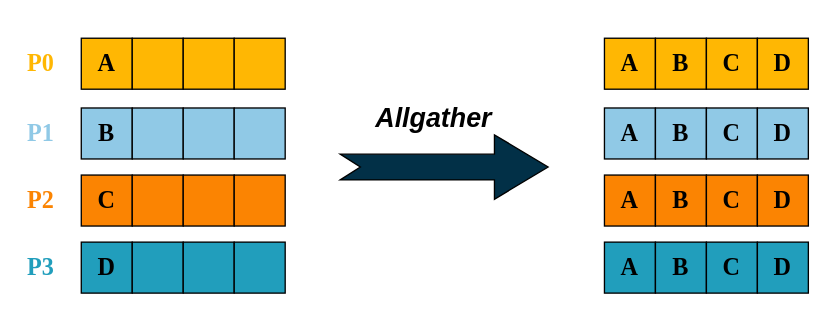
This is img/ch-mpi/allgather.svg from godaai/scale-py-zh, a draw.io export, as it was before one commit. Source tidied: cells renumbered, new cells last; positions are measured from the earlier drawing's top-left corner, leaving out a move shared by most shapes. Its diagram source:
```xml
<mxGraphModel>
  <root>
    <mxCell id="0" />
    <mxCell id="1" parent="0" />
    <mxCell id="2" style="rounded=0;whiteSpace=wrap;html=1;strokeColor=none;fillColor=none;" parent="1" vertex="1">
      <mxGeometry x="4" width="622" height="246" as="geometry" />
    </mxCell>
    <mxCell id="3" value="&lt;font color=&quot;#ffb703&quot; style=&quot;font-size: 18px;&quot; face=&quot;Times New Roman&quot;&gt;&lt;b&gt;P0&lt;/b&gt;&lt;/font&gt;" style="text;html=1;strokeColor=none;fillColor=none;align=center;verticalAlign=middle;whiteSpace=wrap;rounded=0;" parent="1" vertex="1">
      <mxGeometry y="32" width="60" height="30" as="geometry" />
    </mxCell>
    <mxCell id="4" value="&lt;font color=&quot;#90c9e6&quot; style=&quot;font-size: 18px;&quot; face=&quot;Times New Roman&quot;&gt;&lt;b&gt;P1&lt;/b&gt;&lt;/font&gt;" style="text;html=1;strokeColor=none;fillColor=none;align=center;verticalAlign=middle;whiteSpace=wrap;rounded=0;" parent="1" vertex="1">
      <mxGeometry y="84" width="60" height="30" as="geometry" />
    </mxCell>
    <mxCell id="5" value="&lt;font color=&quot;#fb8402&quot; style=&quot;font-size: 18px;&quot; face=&quot;Times New Roman&quot;&gt;&lt;b&gt;P2&lt;/b&gt;&lt;/font&gt;" style="text;html=1;strokeColor=none;fillColor=none;align=center;verticalAlign=middle;whiteSpace=wrap;rounded=0;" parent="1" vertex="1">
      <mxGeometry y="134" width="60" height="30" as="geometry" />
    </mxCell>
    <mxCell id="6" value="&lt;font color=&quot;#219ebc&quot; style=&quot;font-size: 18px;&quot; face=&quot;Times New Roman&quot;&gt;&lt;b&gt;P3&lt;/b&gt;&lt;/font&gt;" style="text;html=1;strokeColor=none;fillColor=none;align=center;verticalAlign=middle;whiteSpace=wrap;rounded=0;" parent="1" vertex="1">
      <mxGeometry y="184" width="60" height="30" as="geometry" />
    </mxCell>
    <mxCell id="7" style="html=1;shadow=0;dashed=0;align=center;verticalAlign=middle;shape=mxgraph.arrows2.arrow;dy=0.6;dx=40;notch=15;fillColor=#023047;" parent="1" vertex="1">
      <mxGeometry x="253" y="100" width="155" height="48" as="geometry" />
    </mxCell>
    <mxCell id="8" value="&lt;font style=&quot;font-size: 20px;&quot;&gt;&lt;b style=&quot;&quot;&gt;&lt;i style=&quot;&quot;&gt;Allgather&lt;/i&gt;&lt;/b&gt;&lt;/font&gt;" style="text;html=1;strokeColor=none;fillColor=none;align=center;verticalAlign=middle;whiteSpace=wrap;rounded=0;" parent="1" vertex="1">
      <mxGeometry x="256" y="72" width="134" height="30" as="geometry" />
    </mxCell>
    <mxCell id="9" value="&lt;font style=&quot;font-size: 18px;&quot; face=&quot;Times New Roman&quot;&gt;&lt;b&gt;A&lt;/b&gt;&lt;/font&gt;" style="whiteSpace=wrap;html=1;fillColor=#FFB703;" parent="1" vertex="1">
      <mxGeometry x="450" y="28" width="38" height="38" as="geometry" />
    </mxCell>
    <mxCell id="10" value="&lt;b style=&quot;border-color: var(--border-color); font-family: &amp;quot;Times New Roman&amp;quot;; font-size: 18px;&quot;&gt;B&lt;/b&gt;" style="whiteSpace=wrap;html=1;fillColor=#FFB703;" parent="1" vertex="1">
      <mxGeometry x="488" y="28" width="38" height="38" as="geometry" />
    </mxCell>
    <mxCell id="11" value="&lt;b style=&quot;border-color: var(--border-color); font-family: &amp;quot;Times New Roman&amp;quot;; font-size: 18px;&quot;&gt;C&lt;/b&gt;" style="whiteSpace=wrap;html=1;fillColor=#FFB703;" parent="1" vertex="1">
      <mxGeometry x="526" y="28" width="38" height="38" as="geometry" />
    </mxCell>
    <mxCell id="12" value="&lt;b style=&quot;border-color: var(--border-color); font-family: &amp;quot;Times New Roman&amp;quot;; font-size: 18px;&quot;&gt;D&lt;/b&gt;" style="whiteSpace=wrap;html=1;fillColor=#FFB703;" parent="1" vertex="1">
      <mxGeometry x="564" y="28" width="38" height="38" as="geometry" />
    </mxCell>
    <mxCell id="13" value="&lt;b style=&quot;border-color: var(--border-color); font-family: &amp;quot;Times New Roman&amp;quot;; font-size: 18px;&quot;&gt;A&lt;/b&gt;" style="whiteSpace=wrap;html=1;fillColor=#90C9E6;" parent="1" vertex="1">
      <mxGeometry x="450" y="80" width="38" height="38" as="geometry" />
    </mxCell>
    <mxCell id="14" value="&lt;b style=&quot;border-color: var(--border-color); font-family: &amp;quot;Times New Roman&amp;quot;; font-size: 18px;&quot;&gt;B&lt;/b&gt;" style="whiteSpace=wrap;html=1;fillColor=#90C9E6;" parent="1" vertex="1">
      <mxGeometry x="488" y="80" width="38" height="38" as="geometry" />
    </mxCell>
    <mxCell id="15" value="&lt;b style=&quot;border-color: var(--border-color); font-family: &amp;quot;Times New Roman&amp;quot;; font-size: 18px;&quot;&gt;C&lt;/b&gt;" style="whiteSpace=wrap;html=1;fillColor=#90C9E6;" parent="1" vertex="1">
      <mxGeometry x="526" y="80" width="38" height="38" as="geometry" />
    </mxCell>
    <mxCell id="16" value="&lt;b style=&quot;border-color: var(--border-color); font-family: &amp;quot;Times New Roman&amp;quot;; font-size: 18px;&quot;&gt;D&lt;/b&gt;" style="whiteSpace=wrap;html=1;fillColor=#90C9E6;" parent="1" vertex="1">
      <mxGeometry x="564" y="80" width="38" height="38" as="geometry" />
    </mxCell>
    <mxCell id="17" value="&lt;b style=&quot;border-color: var(--border-color); font-family: &amp;quot;Times New Roman&amp;quot;; font-size: 18px;&quot;&gt;A&lt;/b&gt;" style="whiteSpace=wrap;html=1;fillColor=#FB8402;" parent="1" vertex="1">
      <mxGeometry x="450" y="130" width="38" height="38" as="geometry" />
    </mxCell>
    <mxCell id="18" value="&lt;b style=&quot;border-color: var(--border-color); font-family: &amp;quot;Times New Roman&amp;quot;; font-size: 18px;&quot;&gt;B&lt;/b&gt;" style="whiteSpace=wrap;html=1;fillColor=#FB8402;" parent="1" vertex="1">
      <mxGeometry x="488" y="130" width="38" height="38" as="geometry" />
    </mxCell>
    <mxCell id="19" value="&lt;b style=&quot;border-color: var(--border-color); font-family: &amp;quot;Times New Roman&amp;quot;; font-size: 18px;&quot;&gt;C&lt;/b&gt;" style="whiteSpace=wrap;html=1;fillColor=#FB8402;" parent="1" vertex="1">
      <mxGeometry x="526" y="130" width="38" height="38" as="geometry" />
    </mxCell>
    <mxCell id="20" value="&lt;b style=&quot;border-color: var(--border-color); font-family: &amp;quot;Times New Roman&amp;quot;; font-size: 18px;&quot;&gt;D&lt;/b&gt;" style="whiteSpace=wrap;html=1;fillColor=#FB8402;" parent="1" vertex="1">
      <mxGeometry x="564" y="130" width="38" height="38" as="geometry" />
    </mxCell>
    <mxCell id="21" value="&lt;b style=&quot;border-color: var(--border-color); font-family: &amp;quot;Times New Roman&amp;quot;; font-size: 18px;&quot;&gt;A&lt;/b&gt;" style="whiteSpace=wrap;html=1;fillColor=#219EBC;" parent="1" vertex="1">
      <mxGeometry x="450" y="180" width="38" height="38" as="geometry" />
    </mxCell>
    <mxCell id="22" value="&lt;b style=&quot;border-color: var(--border-color); font-family: &amp;quot;Times New Roman&amp;quot;; font-size: 18px;&quot;&gt;B&lt;/b&gt;" style="whiteSpace=wrap;html=1;fillColor=#219EBC;" parent="1" vertex="1">
      <mxGeometry x="488" y="180" width="38" height="38" as="geometry" />
    </mxCell>
    <mxCell id="23" value="&lt;b style=&quot;border-color: var(--border-color); font-family: &amp;quot;Times New Roman&amp;quot;; font-size: 18px;&quot;&gt;C&lt;/b&gt;" style="whiteSpace=wrap;html=1;fillColor=#219EBC;" parent="1" vertex="1">
      <mxGeometry x="526" y="180" width="38" height="38" as="geometry" />
    </mxCell>
    <mxCell id="24" value="&lt;b style=&quot;border-color: var(--border-color); font-family: &amp;quot;Times New Roman&amp;quot;; font-size: 18px;&quot;&gt;D&lt;/b&gt;" style="whiteSpace=wrap;html=1;fillColor=#219EBC;" parent="1" vertex="1">
      <mxGeometry x="564" y="180" width="38" height="38" as="geometry" />
    </mxCell>
    <mxCell id="25" value="&lt;font style=&quot;font-size: 18px;&quot; face=&quot;Times New Roman&quot;&gt;&lt;b&gt;A&lt;/b&gt;&lt;/font&gt;" style="whiteSpace=wrap;html=1;fillColor=#FFB703;" parent="1" vertex="1">
      <mxGeometry x="60" y="28" width="38" height="38" as="geometry" />
    </mxCell>
    <mxCell id="26" style="whiteSpace=wrap;html=1;fillColor=#FFB703;" parent="1" vertex="1">
      <mxGeometry x="98" y="28" width="38" height="38" as="geometry" />
    </mxCell>
    <mxCell id="27" style="whiteSpace=wrap;html=1;fillColor=#FFB703;" parent="1" vertex="1">
      <mxGeometry x="136" y="28" width="38" height="38" as="geometry" />
    </mxCell>
    <mxCell id="28" style="whiteSpace=wrap;html=1;fillColor=#FFB703;" parent="1" vertex="1">
      <mxGeometry x="174" y="28" width="38" height="38" as="geometry" />
    </mxCell>
    <mxCell id="29" value="&lt;b style=&quot;border-color: var(--border-color); font-family: &amp;quot;Times New Roman&amp;quot;; font-size: 18px;&quot;&gt;B&lt;/b&gt;" style="whiteSpace=wrap;html=1;fillColor=#90C9E6;" parent="1" vertex="1">
      <mxGeometry x="60" y="80" width="38" height="38" as="geometry" />
    </mxCell>
    <mxCell id="30" style="whiteSpace=wrap;html=1;fillColor=#90C9E6;" parent="1" vertex="1">
      <mxGeometry x="98" y="80" width="38" height="38" as="geometry" />
    </mxCell>
    <mxCell id="31" style="whiteSpace=wrap;html=1;fillColor=#90C9E6;" parent="1" vertex="1">
      <mxGeometry x="136" y="80" width="38" height="38" as="geometry" />
    </mxCell>
    <mxCell id="32" style="whiteSpace=wrap;html=1;fillColor=#90C9E6;" parent="1" vertex="1">
      <mxGeometry x="174" y="80" width="38" height="38" as="geometry" />
    </mxCell>
    <mxCell id="33" value="&lt;b style=&quot;border-color: var(--border-color); font-family: &amp;quot;Times New Roman&amp;quot;; font-size: 18px;&quot;&gt;C&lt;/b&gt;" style="whiteSpace=wrap;html=1;fillColor=#FB8402;" parent="1" vertex="1">
      <mxGeometry x="60" y="130" width="38" height="38" as="geometry" />
    </mxCell>
    <mxCell id="34" style="whiteSpace=wrap;html=1;fillColor=#FB8402;" parent="1" vertex="1">
      <mxGeometry x="98" y="130" width="38" height="38" as="geometry" />
    </mxCell>
    <mxCell id="35" style="whiteSpace=wrap;html=1;fillColor=#FB8402;" parent="1" vertex="1">
      <mxGeometry x="136" y="130" width="38" height="38" as="geometry" />
    </mxCell>
    <mxCell id="36" style="whiteSpace=wrap;html=1;fillColor=#FB8402;" parent="1" vertex="1">
      <mxGeometry x="174" y="130" width="38" height="38" as="geometry" />
    </mxCell>
    <mxCell id="37" value="&lt;b style=&quot;border-color: var(--border-color); font-family: &amp;quot;Times New Roman&amp;quot;; font-size: 18px;&quot;&gt;D&lt;/b&gt;" style="whiteSpace=wrap;html=1;fillColor=#219EBC;" parent="1" vertex="1">
      <mxGeometry x="60" y="180" width="38" height="38" as="geometry" />
    </mxCell>
    <mxCell id="38" style="whiteSpace=wrap;html=1;fillColor=#219EBC;" parent="1" vertex="1">
      <mxGeometry x="98" y="180" width="38" height="38" as="geometry" />
    </mxCell>
    <mxCell id="39" style="whiteSpace=wrap;html=1;fillColor=#219EBC;" parent="1" vertex="1">
      <mxGeometry x="136" y="180" width="38" height="38" as="geometry" />
    </mxCell>
    <mxCell id="40" style="whiteSpace=wrap;html=1;fillColor=#219EBC;" parent="1" vertex="1">
      <mxGeometry x="174" y="180" width="38" height="38" as="geometry" />
    </mxCell>
  </root>
</mxGraphModel>
```
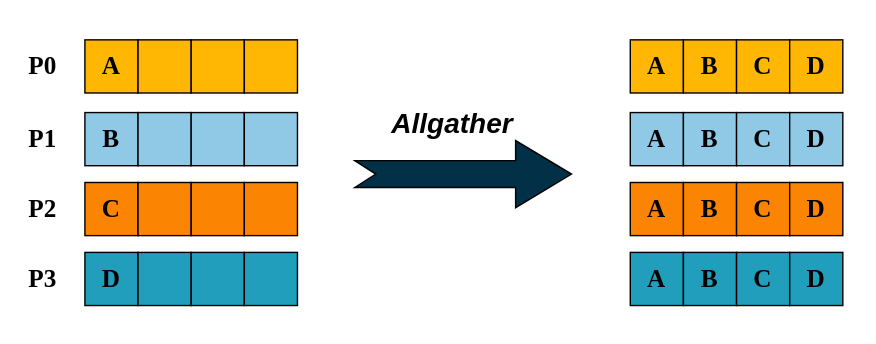
The same file after the commit.

The edit, as a diff of the source:
```diff
@@ -5,22 +5,22 @@
     <mxCell id="2" style="rounded=0;whiteSpace=wrap;html=1;strokeColor=none;fillColor=none;" parent="1" vertex="1">
       <mxGeometry x="4" width="622" height="246" as="geometry" />
     </mxCell>
-    <mxCell id="3" value="&lt;font color=&quot;#ffb703&quot; style=&quot;font-size: 18px;&quot; face=&quot;Times New Roman&quot;&gt;&lt;b&gt;P0&lt;/b&gt;&lt;/font&gt;" style="text;html=1;strokeColor=none;fillColor=none;align=center;verticalAlign=middle;whiteSpace=wrap;rounded=0;" parent="1" vertex="1">
+    <mxCell id="3" value="&lt;font style=&quot;font-size: 18px;&quot; face=&quot;Times New Roman&quot;&gt;&lt;b&gt;P0&lt;/b&gt;&lt;/font&gt;" style="text;html=1;strokeColor=none;fillColor=none;align=center;verticalAlign=middle;whiteSpace=wrap;rounded=0;fontColor=default;" parent="1" vertex="1">
       <mxGeometry y="32" width="60" height="30" as="geometry" />
     </mxCell>
-    <mxCell id="4" value="&lt;font color=&quot;#90c9e6&quot; style=&quot;font-size: 18px;&quot; face=&quot;Times New Roman&quot;&gt;&lt;b&gt;P1&lt;/b&gt;&lt;/font&gt;" style="text;html=1;strokeColor=none;fillColor=none;align=center;verticalAlign=middle;whiteSpace=wrap;rounded=0;" parent="1" vertex="1">
+    <mxCell id="4" value="&lt;font style=&quot;font-size: 18px;&quot; face=&quot;Times New Roman&quot;&gt;&lt;b&gt;P1&lt;/b&gt;&lt;/font&gt;" style="text;html=1;strokeColor=none;fillColor=none;align=center;verticalAlign=middle;whiteSpace=wrap;rounded=0;fontColor=default;" parent="1" vertex="1">
       <mxGeometry y="84" width="60" height="30" as="geometry" />
     </mxCell>
-    <mxCell id="5" value="&lt;font color=&quot;#fb8402&quot; style=&quot;font-size: 18px;&quot; face=&quot;Times New Roman&quot;&gt;&lt;b&gt;P2&lt;/b&gt;&lt;/font&gt;" style="text;html=1;strokeColor=none;fillColor=none;align=center;verticalAlign=middle;whiteSpace=wrap;rounded=0;" parent="1" vertex="1">
+    <mxCell id="5" value="&lt;font style=&quot;font-size: 18px;&quot; face=&quot;Times New Roman&quot;&gt;&lt;b&gt;P2&lt;/b&gt;&lt;/font&gt;" style="text;html=1;strokeColor=none;fillColor=none;align=center;verticalAlign=middle;whiteSpace=wrap;rounded=0;fontColor=default;" parent="1" vertex="1">
       <mxGeometry y="134" width="60" height="30" as="geometry" />
     </mxCell>
-    <mxCell id="6" value="&lt;font color=&quot;#219ebc&quot; style=&quot;font-size: 18px;&quot; face=&quot;Times New Roman&quot;&gt;&lt;b&gt;P3&lt;/b&gt;&lt;/font&gt;" style="text;html=1;strokeColor=none;fillColor=none;align=center;verticalAlign=middle;whiteSpace=wrap;rounded=0;" parent="1" vertex="1">
+    <mxCell id="6" value="&lt;font style=&quot;font-size: 18px;&quot; face=&quot;Times New Roman&quot;&gt;&lt;b&gt;P3&lt;/b&gt;&lt;/font&gt;" style="text;html=1;strokeColor=none;fillColor=none;align=center;verticalAlign=middle;whiteSpace=wrap;rounded=0;fontColor=default;" parent="1" vertex="1">
       <mxGeometry y="184" width="60" height="30" as="geometry" />
     </mxCell>
     <mxCell id="7" style="html=1;shadow=0;dashed=0;align=center;verticalAlign=middle;shape=mxgraph.arrows2.arrow;dy=0.6;dx=40;notch=15;fillColor=#023047;" parent="1" vertex="1">
       <mxGeometry x="253" y="100" width="155" height="48" as="geometry" />
     </mxCell>
-    <mxCell id="8" value="&lt;font style=&quot;font-size: 20px;&quot;&gt;&lt;b style=&quot;&quot;&gt;&lt;i style=&quot;&quot;&gt;Allgather&lt;/i&gt;&lt;/b&gt;&lt;/font&gt;" style="text;html=1;strokeColor=none;fillColor=none;align=center;verticalAlign=middle;whiteSpace=wrap;rounded=0;" parent="1" vertex="1">
+    <mxCell id="8" value="&lt;font style=&quot;font-size: 20px;&quot;&gt;&lt;b style=&quot;&quot;&gt;&lt;i&gt;Allgather&lt;/i&gt;&lt;/b&gt;&lt;/font&gt;" style="text;html=1;strokeColor=none;fillColor=none;align=center;verticalAlign=middle;whiteSpace=wrap;rounded=0;" parent="1" vertex="1">
       <mxGeometry x="256" y="72" width="134" height="30" as="geometry" />
     </mxCell>
     <mxCell id="9" value="&lt;font style=&quot;font-size: 18px;&quot; face=&quot;Times New Roman&quot;&gt;&lt;b&gt;A&lt;/b&gt;&lt;/font&gt;" style="whiteSpace=wrap;html=1;fillColor=#FFB703;" parent="1" vertex="1">
```
